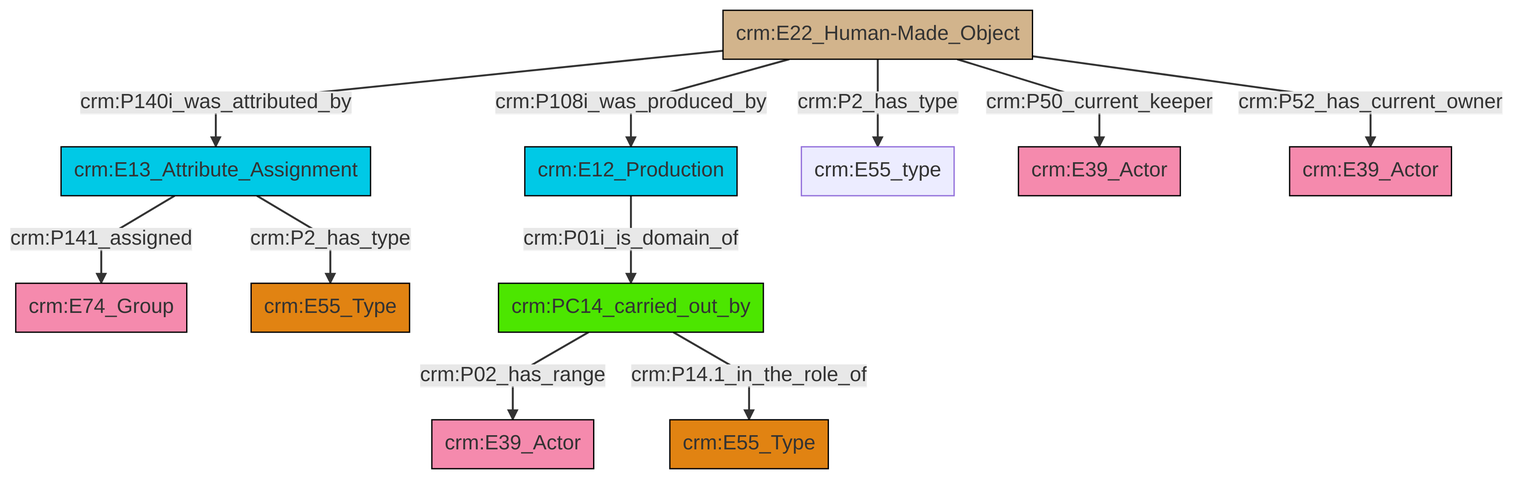
This is et/artworkCSV/ttl/mmd/png/Artwork_Actor_Relations.png from swiss-art-research-net/reference-data-models, a Mermaid export, as it was before one commit. Its source is kept beside it as et/artworkCSV/ttl/mmd/Artwork_Actor_Relations.ttl.mmd.
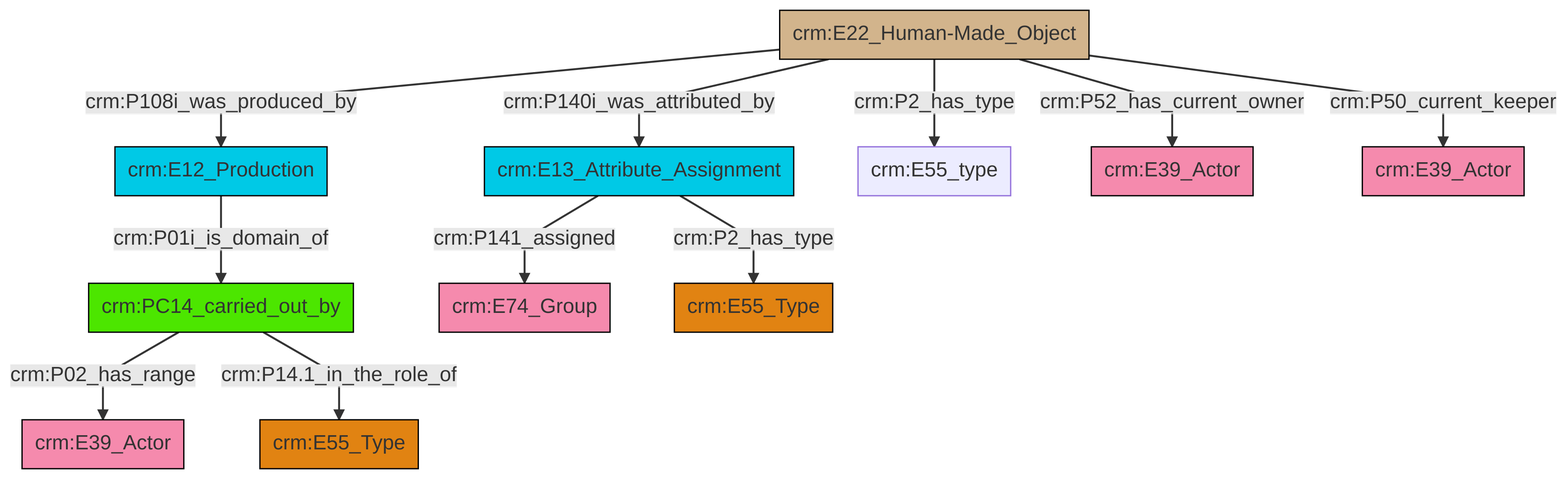
Later version of the same file.

What changed in the source:
```diff
@@ -13,13 +13,13 @@
 classDef PC_Classes fill:#4ce600, stroke:#000000;
 classDef Multi fill:#cccccc,stroke:#000000;
 
-2["crm:E13_Attribute_Assignment"]:::Temporal_Entity -->|crm:P2_has_type| 3["crm:E55_Type"]:::Type
-7["crm:PC14_carried_out_by"]:::PC_Classes -->|crm:P02_has_range| 8["crm:E39_Actor"]:::Actor
-2["crm:E13_Attribute_Assignment"]:::Temporal_Entity -->|crm:P141_assigned| 0["crm:E74_Group"]:::Actor
-9["crm:E22_Human-Made_Object"]:::Physical_Thing -->|crm:P2_has_type| 11["crm:E55_type"]:::Default
-9["crm:E22_Human-Made_Object"]:::Physical_Thing -->|crm:P50_current_keeper| 15["crm:E39_Actor"]:::Actor
-9["crm:E22_Human-Made_Object"]:::Physical_Thing -->|crm:P52_has_current_owner| 16["crm:E39_Actor"]:::Actor
-9["crm:E22_Human-Made_Object"]:::Physical_Thing -->|crm:P140i_was_attributed_by| 2["crm:E13_Attribute_Assignment"]:::Temporal_Entity
-7["crm:PC14_carried_out_by"]:::PC_Classes -->|crm:P14.1_in_the_role_of| 13["crm:E55_Type"]:::Type
-9["crm:E22_Human-Made_Object"]:::Physical_Thing -->|crm:P108i_was_produced_by| 4["crm:E12_Production"]:::Temporal_Entity
-4["crm:E12_Production"]:::Temporal_Entity -->|crm:P01i_is_domain_of| 7["crm:PC14_carried_out_by"]:::PC_Classes
+0["crm:E12_Production"]:::Temporal_Entity -->|crm:P01i_is_domain_of| 1["crm:PC14_carried_out_by"]:::PC_Classes
+2["crm:E13_Attribute_Assignment"]:::Temporal_Entity -->|crm:P141_assigned| 3["crm:E74_Group"]:::Actor
+5["crm:E22_Human-Made_Object"]:::Physical_Thing -->|crm:P2_has_type| 6["crm:E55_type"]:::Default
+5["crm:E22_Human-Made_Object"]:::Physical_Thing -->|crm:P52_has_current_owner| 7["crm:E39_Actor"]:::Actor
+1["crm:PC14_carried_out_by"]:::PC_Classes -->|crm:P02_has_range| 13["crm:E39_Actor"]:::Actor
+5["crm:E22_Human-Made_Object"]:::Physical_Thing -->|crm:P50_current_keeper| 10["crm:E39_Actor"]:::Actor
+1["crm:PC14_carried_out_by"]:::PC_Classes -->|crm:P14.1_in_the_role_of| 18["crm:E55_Type"]:::Type
+2["crm:E13_Attribute_Assignment"]:::Temporal_Entity -->|crm:P2_has_type| 14["crm:E55_Type"]:::Type
+5["crm:E22_Human-Made_Object"]:::Physical_Thing -->|crm:P140i_was_attributed_by| 2["crm:E13_Attribute_Assignment"]:::Temporal_Entity
+5["crm:E22_Human-Made_Object"]:::Physical_Thing -->|crm:P108i_was_produced_by| 0["crm:E12_Production"]:::Temporal_Entity
```
